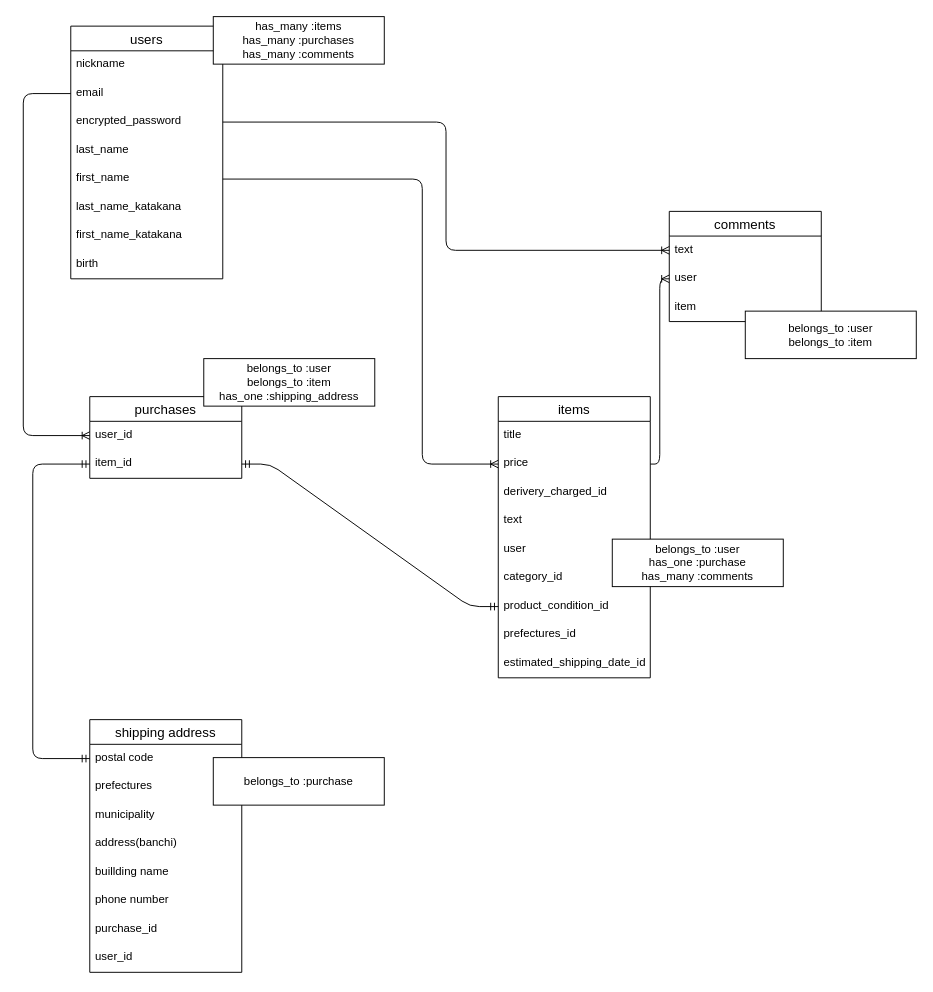
onouchi/furima-34266 keeps this draw.io diagram as ER.dio. Above is the earlier version. Source tidied: cells renumbered, new cells numbered last; positions are measured from the earlier drawing's top-left corner, leaving out a move shared by most shapes. Both pictures are drawn from the tidied source at 95%, with x=0, y=0 at pixel (23, 16).
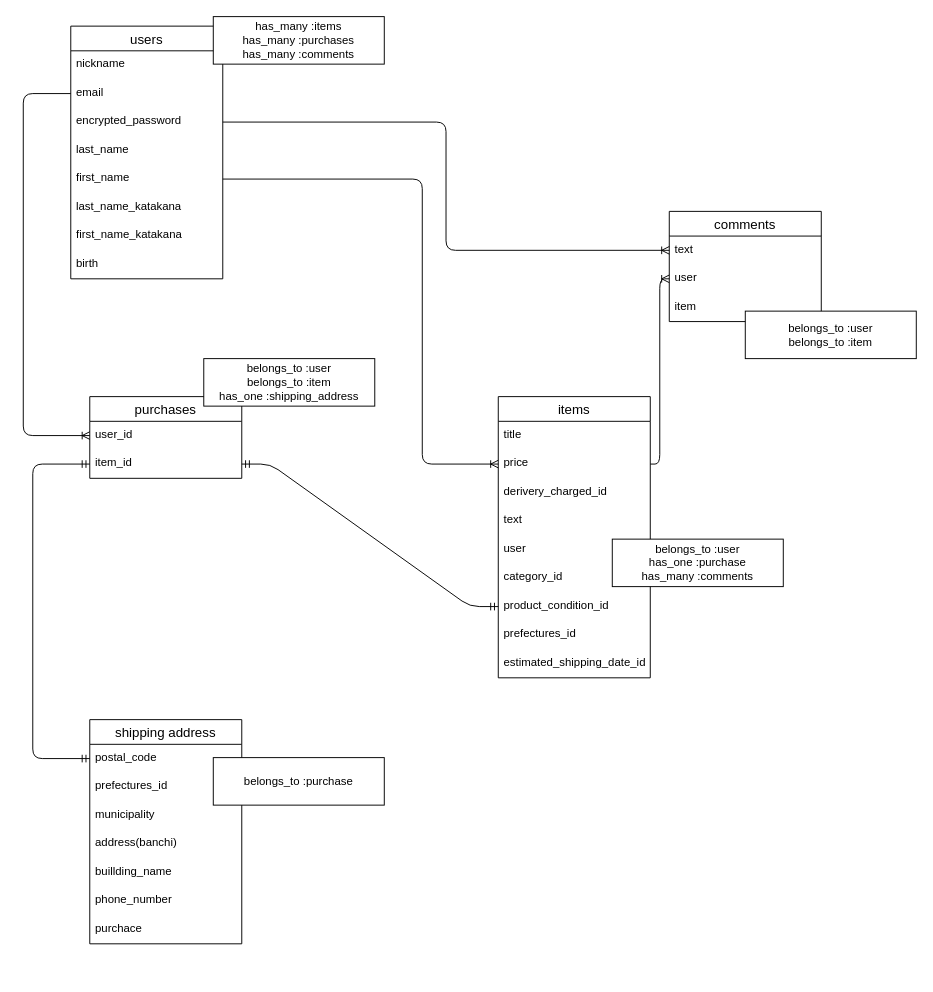
After the change.

Commit message (it also covers changes not shown here):
テーブル設計8

Diff of the diagram source:
```diff
@@
     <mxCell id="37" value="shipping address" style="swimlane;fontStyle=0;horizontal=1;startSize=26;align=center;fontSize=14;" parent="1" vertex="1">
-      <mxGeometry x="70" y="740" width="160" height="266" as="geometry" />
+      <mxGeometry x="70" y="740" width="160" height="236" as="geometry" />
     </mxCell>
-    <mxCell id="38" value="postal code" style="text;strokeColor=none;fillColor=none;spacingLeft=4;spacingRight=4;overflow=hidden;points=[[0,0.5],[1,0.5]];portConstraint=eastwest;fontSize=12;" parent="37" vertex="1">
+    <mxCell id="38" value="postal_code" style="text;strokeColor=none;fillColor=none;spacingLeft=4;spacingRight=4;overflow=hidden;points=[[0,0.5],[1,0.5]];portConstraint=eastwest;fontSize=12;" parent="37" vertex="1">
       <mxGeometry y="26" width="160" height="30" as="geometry" />
     </mxCell>
-    <mxCell id="39" value="prefectures" style="text;strokeColor=none;fillColor=none;spacingLeft=4;spacingRight=4;overflow=hidden;fontSize=12;" parent="37" vertex="1">
+    <mxCell id="39" value="prefectures_id" style="text;strokeColor=none;fillColor=none;spacingLeft=4;spacingRight=4;overflow=hidden;fontSize=12;" parent="37" vertex="1">
       <mxGeometry y="56" width="160" height="30" as="geometry" />
     </mxCell>
@@
-    <mxCell id="42" value="buillding name" style="text;strokeColor=none;fillColor=none;spacingLeft=4;spacingRight=4;overflow=hidden;fontSize=12;" parent="37" vertex="1">
+    <mxCell id="42" value="buillding_name" style="text;strokeColor=none;fillColor=none;spacingLeft=4;spacingRight=4;overflow=hidden;fontSize=12;" parent="37" vertex="1">
       <mxGeometry y="146" width="160" height="30" as="geometry" />
     </mxCell>
-    <mxCell id="43" value="phone number" style="text;strokeColor=none;fillColor=none;spacingLeft=4;spacingRight=4;overflow=hidden;fontSize=12;" parent="37" vertex="1">
+    <mxCell id="43" value="phone_number" style="text;strokeColor=none;fillColor=none;spacingLeft=4;spacingRight=4;overflow=hidden;fontSize=12;" parent="37" vertex="1">
       <mxGeometry y="176" width="160" height="30" as="geometry" />
     </mxCell>
-    <mxCell id="44" value="purchase_id" style="text;strokeColor=none;fillColor=none;spacingLeft=4;spacingRight=4;overflow=hidden;fontSize=12;" parent="37" vertex="1">
-      <mxGeometry y="206" width="160" height="30" as="geometry" />
-    </mxCell>
-    <mxCell id="45" value="user_id" style="text;strokeColor=none;fillColor=none;spacingLeft=4;spacingRight=4;overflow=hidden;fontSize=12;" parent="37" vertex="1">
-      <mxGeometry y="236" width="160" height="30" as="geometry" />
+    <mxCell id="45" value="purchace" style="text;strokeColor=none;fillColor=none;spacingLeft=4;spacingRight=4;overflow=hidden;fontSize=12;" parent="37" vertex="1">
+      <mxGeometry y="206" width="160" height="30" as="geometry" />
     </mxCell>
```
